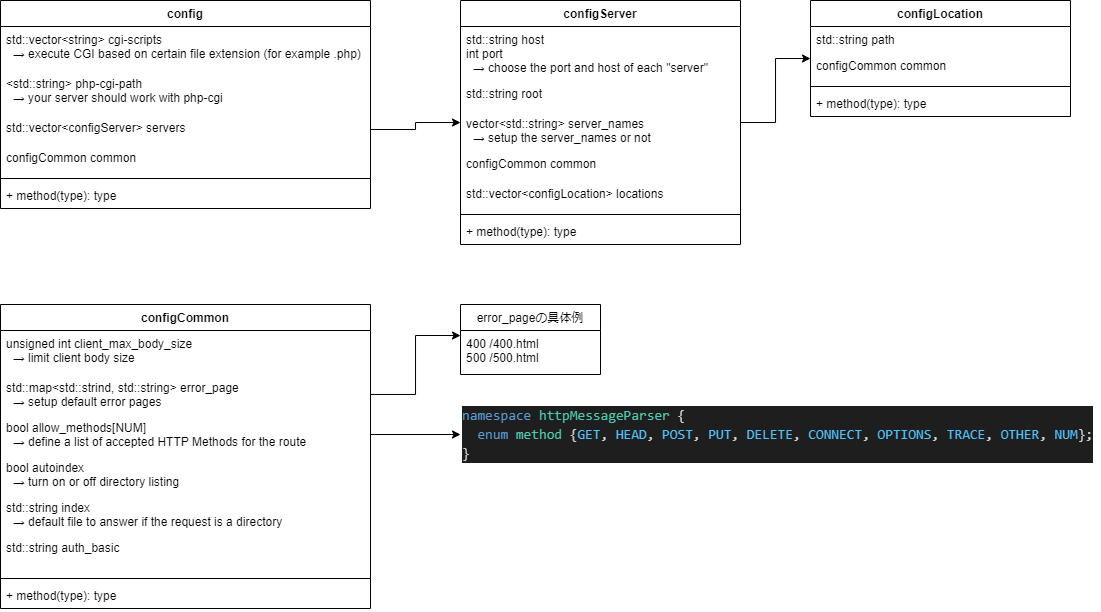
Above: drawio/config.dio.png in hiroin/webserv (draw.io), before the change. Source tidied: cells renumbered, new cells last; positions are measured from the earlier drawing's top-left corner, leaving out a move shared by most shapes.
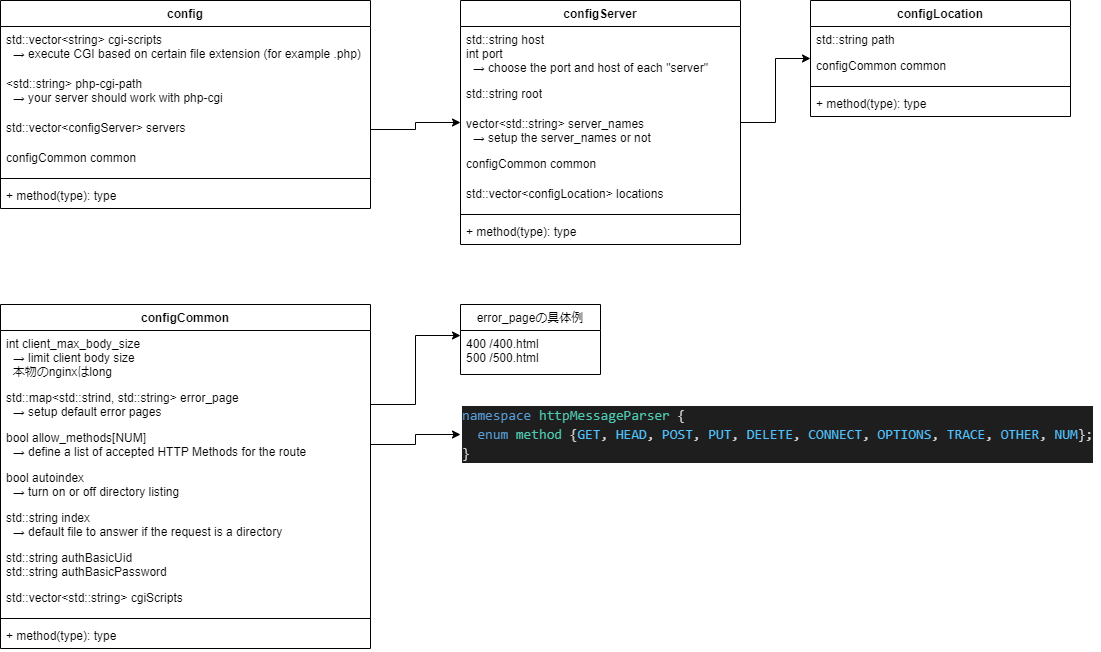
Later version of the same file.

What changed in the source:
```diff
@@ -78,31 +78,34 @@
       <mxGeometry x="460" y="399" width="640" height="70" as="geometry" />
     </mxCell>
     <mxCell id="27" value="configCommon" style="swimlane;fontStyle=1;align=center;verticalAlign=top;horizontal=1;startSize=26;" parent="1" vertex="1">
-      <mxGeometry y="304" width="370" height="304" as="geometry" />
+      <mxGeometry y="304" width="370" height="344" as="geometry" />
     </mxCell>
-    <mxCell id="28" value="unsigned int client_max_body_size&#10;  → limit client body size&#10;&#10;" style="text;strokeColor=none;fillColor=none;align=left;verticalAlign=top;spacingLeft=4;spacingRight=4;overflow=hidden;" parent="27" vertex="1">
-      <mxGeometry y="26" width="370" height="44" as="geometry" />
+    <mxCell id="28" value="int client_max_body_size&#10;  → limit client body size&#10;  本物のnginxはlong&#10;&#10;" style="text;strokeColor=none;fillColor=none;align=left;verticalAlign=top;spacingLeft=4;spacingRight=4;overflow=hidden;" parent="27" vertex="1">
+      <mxGeometry y="26" width="370" height="54" as="geometry" />
     </mxCell>
     <mxCell id="29" value="std::map&lt;std::strind, std::string&gt; error_page&#10;  → setup default error pages" style="text;strokeColor=none;fillColor=none;align=left;verticalAlign=top;spacingLeft=4;spacingRight=4;overflow=hidden;points=[[0,0.5],[1,0.5]];portConstraint=eastwest;" parent="27" vertex="1">
-      <mxGeometry y="70" width="370" height="40" as="geometry" />
+      <mxGeometry y="80" width="370" height="40" as="geometry" />
     </mxCell>
     <mxCell id="30" value="bool allow_methods[NUM]&#10;  → define a list of accepted HTTP Methods for the route&#10;" style="text;strokeColor=none;fillColor=none;align=left;verticalAlign=top;spacingLeft=4;spacingRight=4;overflow=hidden;points=[[0,0.5],[1,0.5]];portConstraint=eastwest;" parent="27" vertex="1">
-      <mxGeometry y="110" width="370" height="40" as="geometry" />
+      <mxGeometry y="120" width="370" height="40" as="geometry" />
     </mxCell>
     <mxCell id="31" value="bool autoindex&#10;  → turn on or off directory listing&#10;" style="text;strokeColor=none;fillColor=none;align=left;verticalAlign=top;spacingLeft=4;spacingRight=4;overflow=hidden;" parent="27" vertex="1">
-      <mxGeometry y="150" width="370" height="40" as="geometry" />
+      <mxGeometry y="160" width="370" height="40" as="geometry" />
     </mxCell>
     <mxCell id="32" value="std::string index&#10;  → default file to answer if the request is a directory&#10;" style="text;strokeColor=none;fillColor=none;align=left;verticalAlign=top;spacingLeft=4;spacingRight=4;overflow=hidden;" parent="27" vertex="1">
-      <mxGeometry y="190" width="370" height="40" as="geometry" />
+      <mxGeometry y="200" width="370" height="40" as="geometry" />
     </mxCell>
+    <mxCell id="38" value="std::string authBasicUid&#10;std::string authBasicPassword" style="text;strokeColor=none;fillColor=none;align=left;verticalAlign=top;spacingLeft=4;spacingRight=4;overflow=hidden;" parent="27" vertex="1">
+      <mxGeometry y="240" width="370" height="40" as="geometry" />
+    </mxCell>
-    <mxCell id="33" value="std::string auth_basic" style="text;strokeColor=none;fillColor=none;align=left;verticalAlign=top;spacingLeft=4;spacingRight=4;overflow=hidden;" parent="27" vertex="1">
-      <mxGeometry y="230" width="370" height="40" as="geometry" />
+    <mxCell id="33" value="std::vector&lt;std::string&gt; cgiScripts" style="text;strokeColor=none;fillColor=none;align=left;verticalAlign=top;spacingLeft=4;spacingRight=4;overflow=hidden;" parent="27" vertex="1">
+      <mxGeometry y="280" width="370" height="30" as="geometry" />
     </mxCell>
     <mxCell id="34" style="line;strokeWidth=1;fillColor=none;align=left;verticalAlign=middle;spacingTop=-1;spacingLeft=3;spacingRight=3;labelPosition=right;" parent="27" vertex="1">
-      <mxGeometry y="270" width="370" height="8" as="geometry" />
+      <mxGeometry y="310" width="370" height="8" as="geometry" />
     </mxCell>
     <mxCell id="35" value="+ method(type): type" style="text;strokeColor=none;fillColor=none;align=left;verticalAlign=top;spacingLeft=4;spacingRight=4;overflow=hidden;" parent="27" vertex="1">
-      <mxGeometry y="278" width="370" height="26" as="geometry" />
+      <mxGeometry y="318" width="370" height="26" as="geometry" />
     </mxCell>
     <mxCell id="36" style="edgeStyle=orthogonalEdgeStyle;rounded=0;jettySize=auto;html=1;entryX=0;entryY=0.114;entryDx=0;entryDy=0;entryPerimeter=0;" parent="1" edge="1" source="29" target="10">
       <mxGeometry relative="1" as="geometry" />
```
